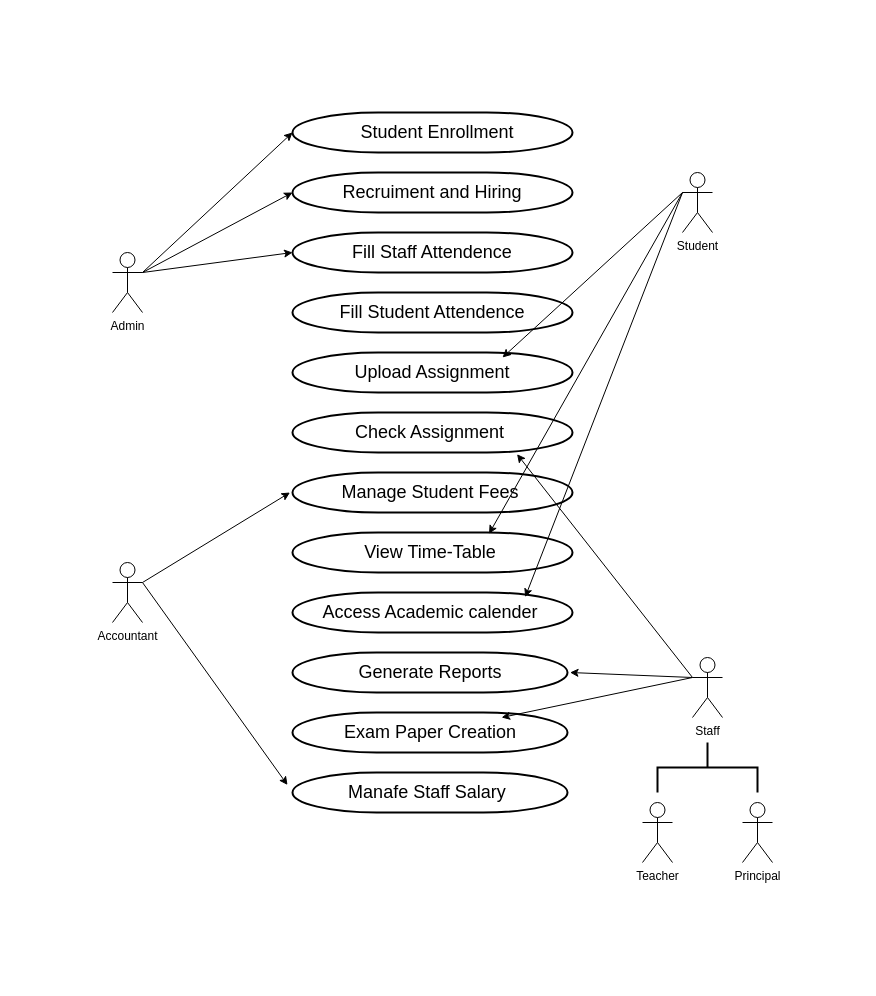
The draw.io diagram Use case diagram.drawio in Yagna-gajjar/software-engineering-diagrams, before the edit. Source tidied: cells renumbered, new cells numbered last; positions are measured from the earlier drawing's top-left corner, leaving out a move shared by most shapes. Both pictures are drawn from the tidied source at 100%, with x=0, y=0 at pixel (112, 112).
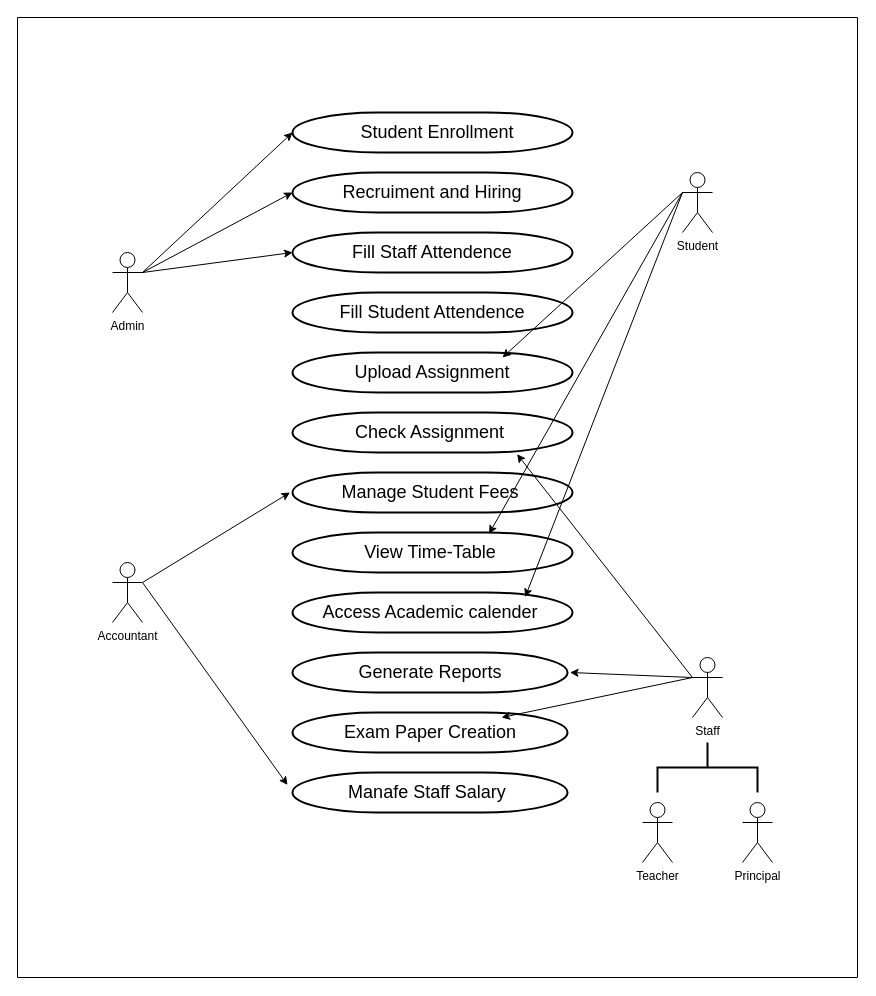
The same page after the edit.

What changed in the source:
```diff
@@
+    <mxCell id="44" style="endArrow=none;html=1;rounded=0;" parent="1" edge="1">
+      <mxGeometry relative="1" as="geometry">
+        <mxPoint x="-95" y="-95" as="sourcePoint" />
+        <mxPoint x="745" y="-95" as="targetPoint" />
+      </mxGeometry>
+    </mxCell>
+    <mxCell id="45" style="endArrow=none;html=1;rounded=0;" parent="1" edge="1">
+      <mxGeometry relative="1" as="geometry">
+        <mxPoint x="-95" y="865" as="sourcePoint" />
+        <mxPoint x="745" y="865" as="targetPoint" />
+      </mxGeometry>
+    </mxCell>
+    <mxCell id="46" style="endArrow=none;html=1;rounded=0;" parent="1" edge="1">
+      <mxGeometry relative="1" as="geometry">
+        <mxPoint x="745" y="-95" as="sourcePoint" />
+        <mxPoint x="745" y="865" as="targetPoint" />
+      </mxGeometry>
+    </mxCell>
+    <mxCell id="47" style="endArrow=none;html=1;rounded=0;" parent="1" edge="1">
+      <mxGeometry relative="1" as="geometry">
+        <mxPoint x="-95" y="-95" as="sourcePoint" />
+        <mxPoint x="-95" y="865" as="targetPoint" />
+      </mxGeometry>
+    </mxCell>
```
